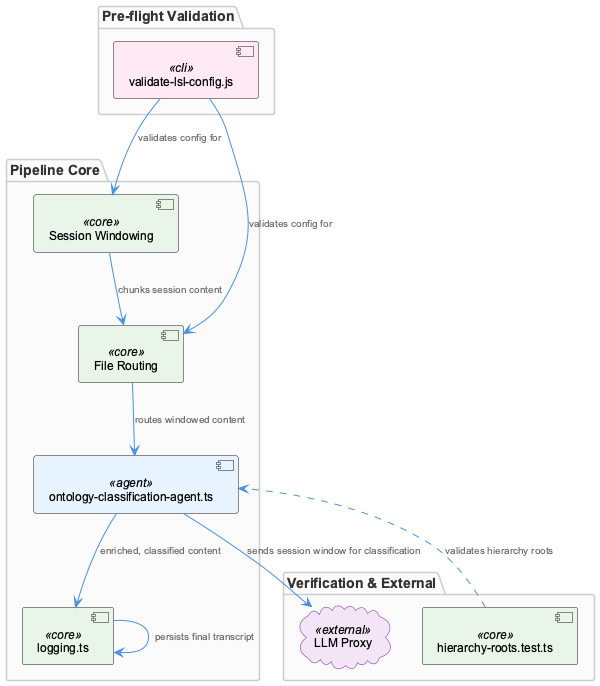
fwornle/coding keeps this PlantUML diagram as knowledge-management/insights/images/live-logging-system-architecture.png. Above is the earlier version.
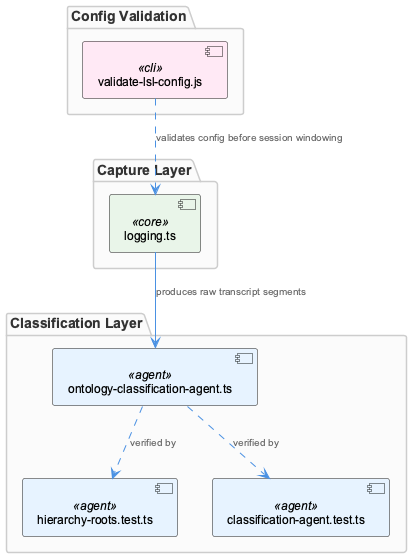
Above is the later version.

Diff of the diagram source:
```diff
@@ -1,31 +1,23 @@
 @startuml
 !include /Users/Q284340/Agentic/coding/docs/puml/_standard-style.puml
 
-package "Pre-flight Validation" {
+package "Capture Layer" {
+  component "logging.ts" as logging <<core>>
+}
+
+package "Classification Layer" {
+  component "ontology-classification-agent.ts" as classifier <<agent>>
+  component "hierarchy-roots.test.ts" as hierTest <<agent>>
+  component "classification-agent.test.ts" as classTest <<agent>>
+}
+
+package "Config Validation" {
   component "validate-lsl-config.js" as validator <<cli>>
 }
 
-package "Pipeline Core" {
-  component "Session Windowing" as windowing <<core>>
-  component "File Routing" as routing <<core>>
-  component "ontology-classification-agent.ts" as classifier <<agent>>
-  component "logging.ts" as capture <<core>>
-}
-
-package "Verification & External" {
-  component "hierarchy-roots.test.ts" as test <<core>>
-  cloud "LLM Proxy" as llmproxy <<external>>
-}
-
-validator --> windowing : "validates config for"
-validator --> routing : "validates config for"
-
-windowing --> routing : "chunks session content"
-routing --> classifier : "routes windowed content"
-classifier --> llmproxy : "sends session window for classification"
-classifier --> capture : "enriched, classified content"
-capture --> capture : "persists final transcript"
-
-test ..> classifier : "validates hierarchy roots"
+logging --> classifier : "produces raw transcript segments"
+classifier ..> hierTest : "verified by"
+classifier ..> classTest : "verified by"
+validator ..> logging : "validates config before session windowing"
 
 @enduml
```
